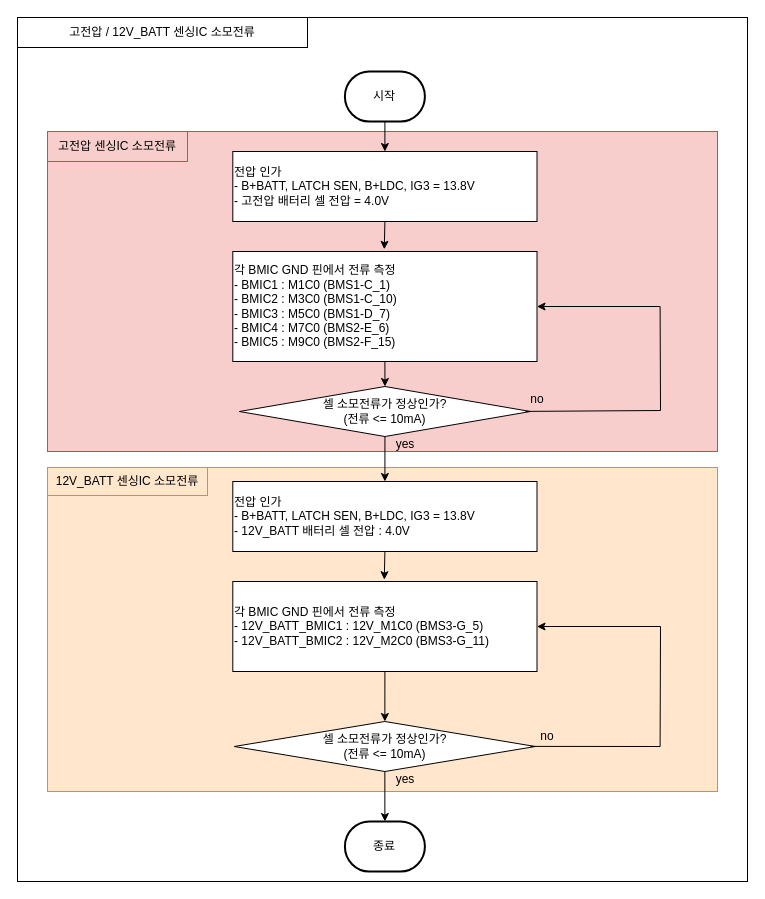
Above: 고전압 센싱IC 소모전류.drawio in chaeyoonl/state-transition-diagram-test (draw.io), before the change. Source tidied: cells renumbered, new cells numbered last; positions are measured from the earlier drawing's top-left corner, leaving out a move shared by most shapes. Both pictures are drawn from the tidied source at 100%, with x=0, y=0 at pixel (17, 17).
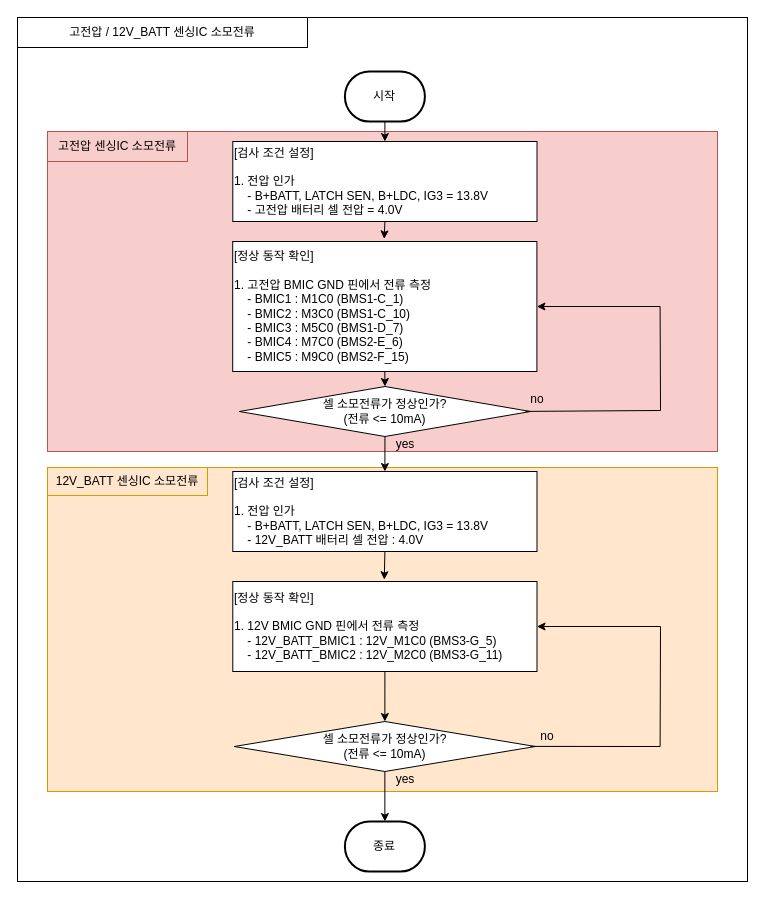
The same diagram, later.

Commit message:
고전압 센싱IC 소모전류.drawio 업데이트

What changed in the source:
```diff
@@
-    <mxCell id="9" value="전압 인가&lt;br&gt;- B+BATT, LATCH SEN, B+LDC, IG3 = 13.8V&lt;br&gt;- 고전압 배터리 셀 전압 = 4.0V" style="rounded=0;whiteSpace=wrap;html=1;align=left;" parent="1" vertex="1">
-      <mxGeometry x="215.3" y="134" width="304.2" height="70" as="geometry" />
+    <mxCell id="9" value="[검사 조건 설정]&lt;br&gt;&lt;br&gt;1. 전압 인가&lt;br&gt;&amp;nbsp; &amp;nbsp; - B+BATT, LATCH SEN, B+LDC, IG3 = 13.8V&lt;br&gt;&amp;nbsp; &amp;nbsp; - 고전압 배터리 셀 전압 = 4.0V" style="rounded=0;whiteSpace=wrap;html=1;align=left;" parent="1" vertex="1">
+      <mxGeometry x="215.3" y="124" width="304.2" height="80" as="geometry" />
     </mxCell>
@@
-    <mxCell id="12" value="각&amp;nbsp;BMIC GND 핀에서 전류 측정&lt;br&gt;-&amp;nbsp;BMIC1 : M1C0 (BMS1-C_1)&lt;br&gt;&lt;div&gt;- BMIC2 : M3C0 (BMS1-C_10)&lt;/div&gt;&lt;div&gt;- BMIC3 : M5C0 (BMS1-D_7)&lt;/div&gt;&lt;div&gt;- BMIC4 : M7C0 (BMS2-E_6)&lt;/div&gt;&lt;div&gt;- BMIC5 : M9C0 (BMS2-F_15)&amp;nbsp;&lt;/div&gt;" style="rounded=0;whiteSpace=wrap;html=1;align=left;" parent="1" vertex="1">
-      <mxGeometry x="215.3" y="234" width="304.2" height="110" as="geometry" />
+    <mxCell id="12" value="[정상 동작 확인]&lt;br&gt;&lt;br&gt;1. 고전압 BMIC GND 핀에서 전류 측정&lt;br&gt;&amp;nbsp; &amp;nbsp; -&amp;nbsp;BMIC1 : M1C0 (BMS1-C_1)&lt;br&gt;&lt;div&gt;&amp;nbsp; &amp;nbsp; - BMIC2 : M3C0 (BMS1-C_10)&lt;/div&gt;&lt;div&gt;&amp;nbsp; &amp;nbsp; - BMIC3 : M5C0 (BMS1-D_7)&lt;/div&gt;&lt;div&gt;&amp;nbsp; &amp;nbsp; - BMIC4 : M7C0 (BMS2-E_6)&lt;/div&gt;&lt;div&gt;&amp;nbsp; &amp;nbsp; - BMIC5 : M9C0 (BMS2-F_15)&amp;nbsp;&lt;/div&gt;" style="rounded=0;whiteSpace=wrap;html=1;align=left;" parent="1" vertex="1">
+      <mxGeometry x="215.2" y="224" width="304.2" height="130" as="geometry" />
     </mxCell>
@@
-    <mxCell id="19" value="전압 인가&lt;br&gt;- B+BATT, LATCH SEN, B+LDC, IG3 = 13.8V&lt;br&gt;- 12V_BATT 배터리 셀 전압 : 4.0V" style="rounded=0;whiteSpace=wrap;html=1;align=left;" parent="1" vertex="1">
-      <mxGeometry x="215.3" y="464" width="304.2" height="70" as="geometry" />
+    <mxCell id="19" value="[검사 조건 설정]&lt;br&gt;&lt;br&gt;1. 전압 인가&lt;br&gt;&amp;nbsp; &amp;nbsp; - B+BATT, LATCH SEN, B+LDC, IG3 = 13.8V&lt;br&gt;&amp;nbsp; &amp;nbsp; - 12V_BATT 배터리 셀 전압 : 4.0V" style="rounded=0;whiteSpace=wrap;html=1;align=left;" parent="1" vertex="1">
+      <mxGeometry x="215.3" y="454" width="304.2" height="80" as="geometry" />
     </mxCell>
@@
-    <mxCell id="21" value="각&amp;nbsp;BMIC GND 핀에서 전류 측정&lt;br&gt;&lt;div&gt;- 12V_BATT_BMIC1 : 12V_M1C0 (BMS3-G_5)&lt;/div&gt;&lt;div&gt;- 12V_BATT_BMIC2 : 12V_M2C0 (BMS3-G_11)&lt;/div&gt;" style="rounded=0;whiteSpace=wrap;html=1;align=left;" parent="1" vertex="1">
+    <mxCell id="21" value="[정상 동작 확인]&lt;br&gt;&lt;br&gt;1. 12V BMIC GND 핀에서 전류 측정&lt;br&gt;&lt;div&gt;&amp;nbsp; &amp;nbsp; - 12V_BATT_BMIC1 : 12V_M1C0 (BMS3-G_5)&lt;/div&gt;&lt;div&gt;&amp;nbsp; &amp;nbsp; - 12V_BATT_BMIC2 : 12V_M2C0 (BMS3-G_11)&lt;/div&gt;" style="rounded=0;whiteSpace=wrap;html=1;align=left;" parent="1" vertex="1">
       <mxGeometry x="215.3" y="564" width="304.2" height="90" as="geometry" />
     </mxCell>
```
